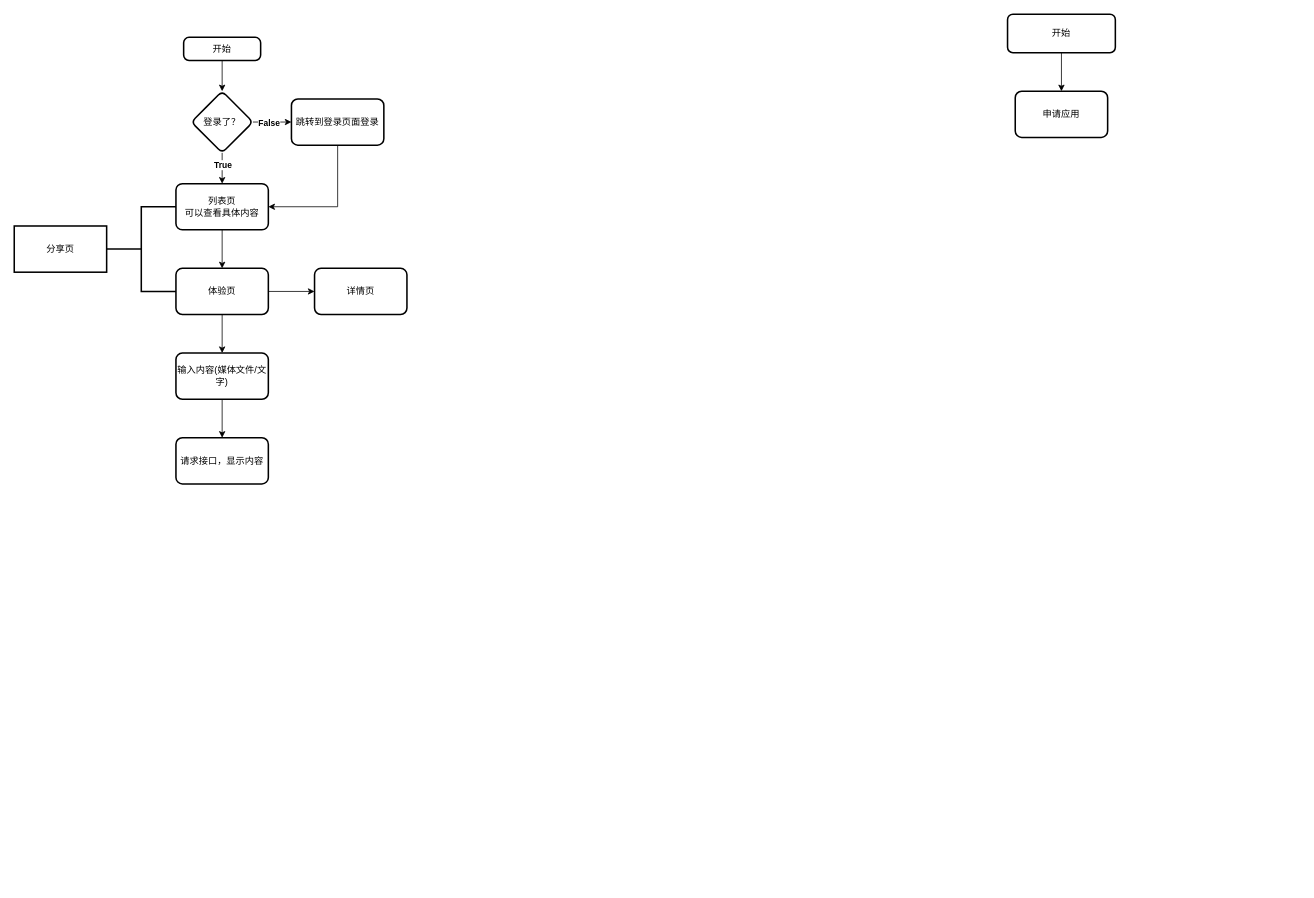
Hhpon/draw.io keeps this draw.io diagram as ai-xperience-center.drawio. Above is the earlier version. Source tidied: cells renumbered, new cells numbered last; positions are measured from the earlier drawing's top-left corner, leaving out a move shared by most shapes. Both pictures are drawn from the tidied source at 77%, with x=0, y=0 at pixel (14, 14).
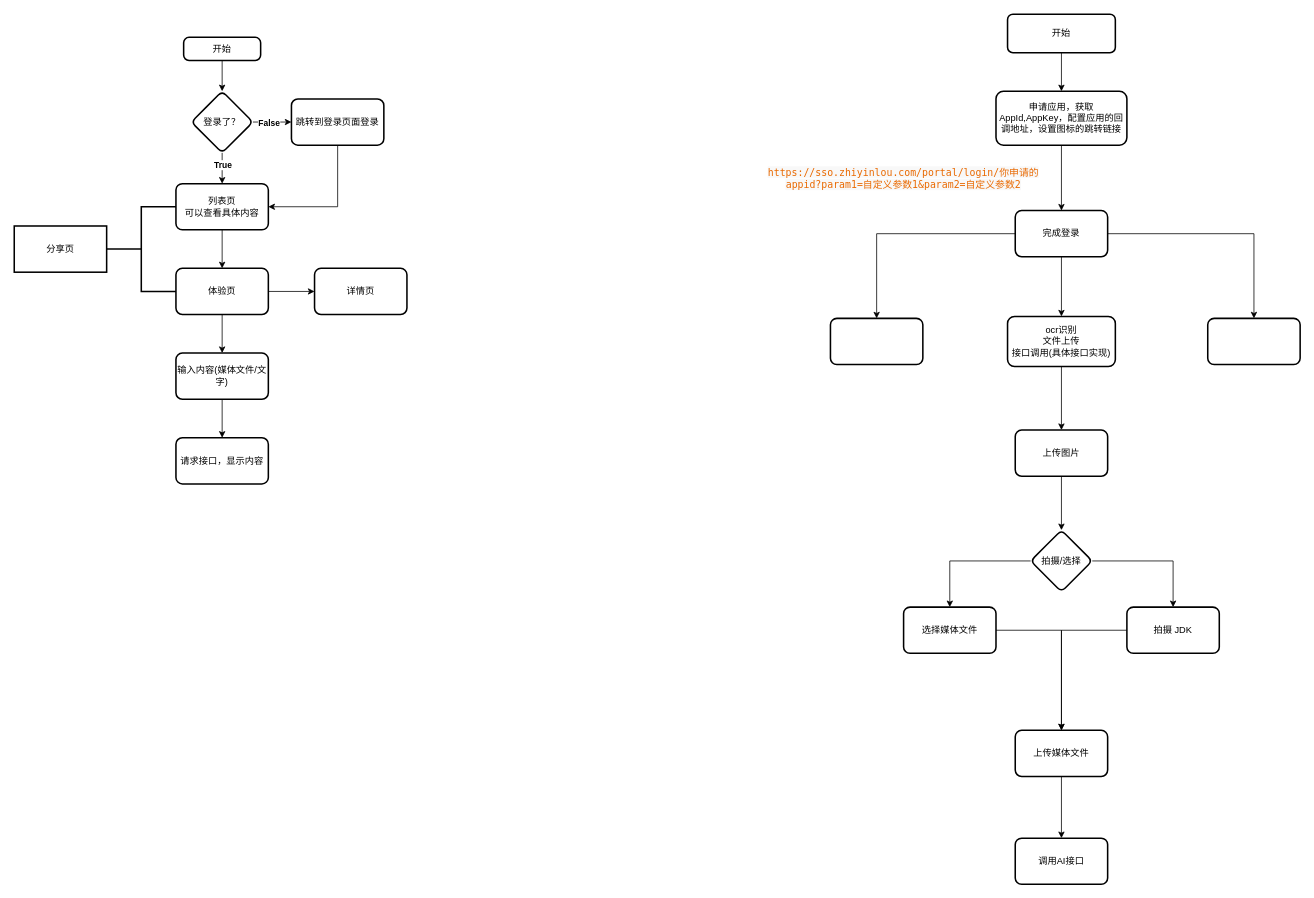
The same page after the edit.

Diff of the diagram source:
```diff
@@
+    <mxCell id="25" style="edgeStyle=orthogonalEdgeStyle;rounded=0;jettySize=auto;html=1;" parent="1" edge="1" source="24" target="29">
+      <mxGeometry relative="1" as="geometry" />
+    </mxCell>
-    <mxCell id="24" value="申请应用" style="whiteSpace=wrap;html=1;rounded=1;strokeWidth=2;arcSize=14;" parent="1" vertex="1">
-      <mxGeometry x="1300" y="100" width="120" height="60" as="geometry" />
+    <mxCell id="24" value="申请应用，获取AppId,AppKey，配置应用的回调地址，设置图标的跳转链接" style="whiteSpace=wrap;html=1;rounded=1;strokeWidth=2;arcSize=14;" parent="1" vertex="1">
+      <mxGeometry x="1275" y="100" width="170" height="70" as="geometry" />
     </mxCell>
+    <mxCell id="26" style="edgeStyle=orthogonalEdgeStyle;rounded=0;jettySize=auto;html=1;" parent="1" edge="1" source="29" target="31">
+      <mxGeometry relative="1" as="geometry" />
+    </mxCell>
+    <mxCell id="27" style="edgeStyle=orthogonalEdgeStyle;rounded=0;jettySize=auto;html=1;" parent="1" edge="1" source="29" target="33">
+      <mxGeometry relative="1" as="geometry" />
+    </mxCell>
+    <mxCell id="28" style="edgeStyle=orthogonalEdgeStyle;rounded=0;jettySize=auto;html=1;" parent="1" edge="1" source="29" target="34">
+      <mxGeometry relative="1" as="geometry" />
+    </mxCell>
+    <mxCell id="29" value="完成登录" style="whiteSpace=wrap;html=1;rounded=1;strokeWidth=2;arcSize=14;" parent="1" vertex="1">
+      <mxGeometry x="1300" y="255" width="120" height="60" as="geometry" />
+    </mxCell>
+    <mxCell id="30" style="edgeStyle=orthogonalEdgeStyle;rounded=0;jettySize=auto;html=1;" parent="1" edge="1" source="31" target="36">
+      <mxGeometry relative="1" as="geometry" />
+    </mxCell>
+    <mxCell id="31" value="ocr识别&lt;br&gt;文件上传&lt;br&gt;接口调用(具体接口实现)" style="whiteSpace=wrap;html=1;rounded=1;strokeWidth=2;arcSize=14;" parent="1" vertex="1">
+      <mxGeometry x="1290" y="392.5" width="140" height="65" as="geometry" />
+    </mxCell>
+    <mxCell id="32" value="&lt;span style=&quot;color: rgb(233, 105, 0); font-family: &amp;quot;roboto mono&amp;quot;, monaco, courier, monospace; font-size: 12.8px; font-style: normal; font-weight: 400; letter-spacing: normal; text-align: left; text-indent: 0px; text-transform: none; word-spacing: 0.8px; background-color: rgb(248, 248, 248); display: inline; float: none;&quot;&gt;https://sso.zhiyinlou.com/portal/login/你申请的appid?param1=自定义参数1&amp;amp;param2=自定义参数2&lt;/span&gt;" style="text;html=1;strokeColor=none;fillColor=none;align=center;verticalAlign=middle;whiteSpace=wrap;rounded=0;" parent="1" vertex="1">
+      <mxGeometry x="960" y="180" width="390" height="65" as="geometry" />
+    </mxCell>
+    <mxCell id="33" style="whiteSpace=wrap;html=1;rounded=1;strokeWidth=2;arcSize=14;" parent="1" vertex="1">
+      <mxGeometry x="1060" y="395" width="120" height="60" as="geometry" />
+    </mxCell>
+    <mxCell id="34" style="whiteSpace=wrap;html=1;rounded=1;strokeWidth=2;arcSize=14;" parent="1" vertex="1">
+      <mxGeometry x="1550" y="395" width="120" height="60" as="geometry" />
+    </mxCell>
+    <mxCell id="35" style="edgeStyle=orthogonalEdgeStyle;rounded=0;jettySize=auto;html=1;" parent="1" edge="1" source="36" target="39">
+      <mxGeometry relative="1" as="geometry" />
+    </mxCell>
+    <mxCell id="36" value="上传图片" style="whiteSpace=wrap;html=1;rounded=1;strokeWidth=2;arcSize=14;" parent="1" vertex="1">
+      <mxGeometry x="1300" y="540" width="120" height="60" as="geometry" />
+    </mxCell>
+    <mxCell id="37" style="edgeStyle=orthogonalEdgeStyle;rounded=0;jettySize=auto;html=1;" parent="1" edge="1" source="39" target="41">
+      <mxGeometry relative="1" as="geometry" />
+    </mxCell>
+    <mxCell id="38" style="edgeStyle=orthogonalEdgeStyle;rounded=0;jettySize=auto;html=1;" parent="1" edge="1" source="39" target="43">
+      <mxGeometry relative="1" as="geometry" />
+    </mxCell>
+    <mxCell id="39" value="拍摄/选择" style="rhombus;whiteSpace=wrap;html=1;rounded=1;strokeWidth=2;arcSize=14;" parent="1" vertex="1">
+      <mxGeometry x="1320" y="670" width="80" height="80" as="geometry" />
+    </mxCell>
+    <mxCell id="40" style="edgeStyle=orthogonalEdgeStyle;rounded=0;jettySize=auto;html=1;exitX=0;exitY=0.5;exitDx=0;exitDy=0;entryX=0.5;entryY=0;entryDx=0;entryDy=0;" parent="1" edge="1" source="41" target="45">
+      <mxGeometry relative="1" as="geometry">
+        <Array as="points">
+          <mxPoint x="1360" y="800" />
+        </Array>
+      </mxGeometry>
+    </mxCell>
+    <mxCell id="41" value="拍摄 JDK" style="whiteSpace=wrap;html=1;rounded=1;strokeWidth=2;arcSize=14;" parent="1" vertex="1">
+      <mxGeometry x="1445" y="770" width="120" height="60" as="geometry" />
+    </mxCell>
+    <mxCell id="42" style="edgeStyle=orthogonalEdgeStyle;rounded=0;jettySize=auto;html=1;" parent="1" edge="1" source="43" target="45">
+      <mxGeometry relative="1" as="geometry" />
+    </mxCell>
+    <mxCell id="43" value="选择媒体文件" style="whiteSpace=wrap;html=1;rounded=1;strokeWidth=2;arcSize=14;" parent="1" vertex="1">
+      <mxGeometry x="1155" y="770" width="120" height="60" as="geometry" />
+    </mxCell>
+    <mxCell id="44" style="edgeStyle=orthogonalEdgeStyle;rounded=0;jettySize=auto;html=1;" parent="1" edge="1" source="45" target="46">
+      <mxGeometry relative="1" as="geometry" />
+    </mxCell>
+    <mxCell id="45" value="上传媒体文件" style="whiteSpace=wrap;html=1;rounded=1;strokeWidth=2;arcSize=14;" parent="1" vertex="1">
+      <mxGeometry x="1300" y="930" width="120" height="60" as="geometry" />
+    </mxCell>
+    <mxCell id="46" value="调用AI接口" style="whiteSpace=wrap;html=1;rounded=1;strokeWidth=2;arcSize=14;" parent="1" vertex="1">
+      <mxGeometry x="1300" y="1070" width="120" height="60" as="geometry" />
+    </mxCell>
```
